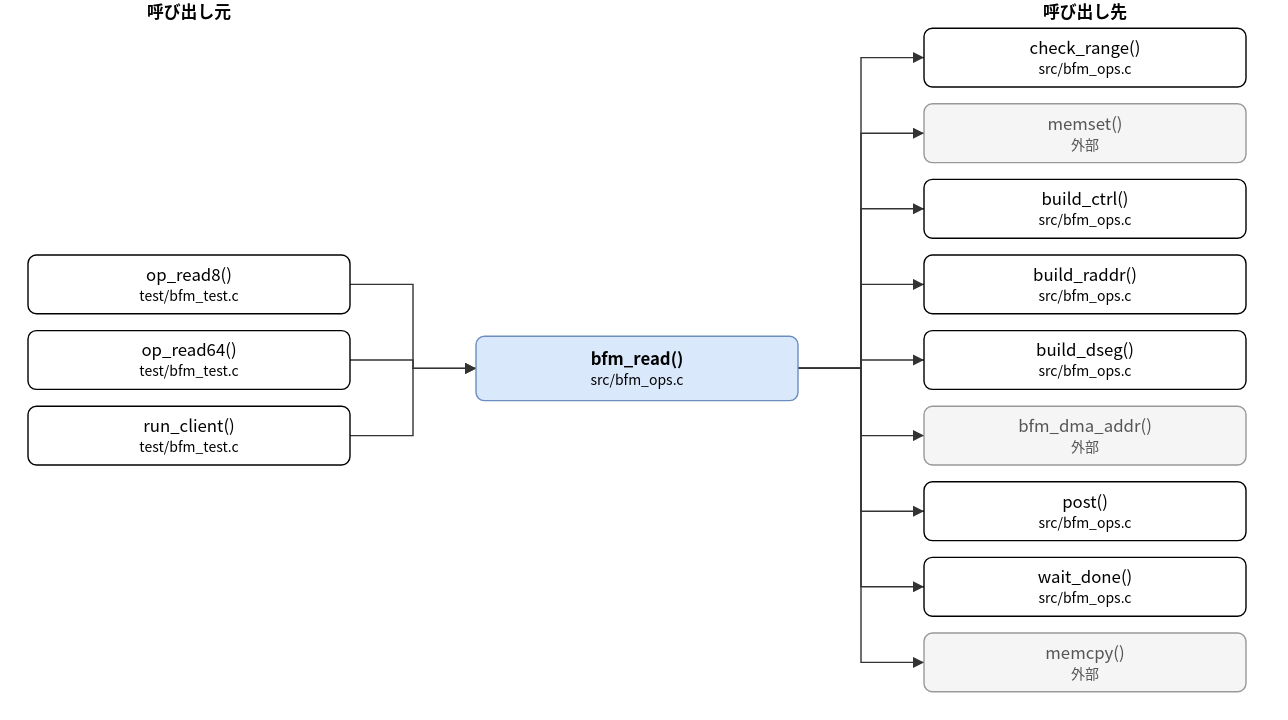
Before: doc/spec/images/call_src_bfm_ops-bfm_read.drawio.svg, a diagram exported from draw.io (hf355051012-ai/bfmem). Source tidied: cells renumbered, new cells last; positions are measured from the earlier drawing's top-left corner, leaving out a move shared by most shapes.
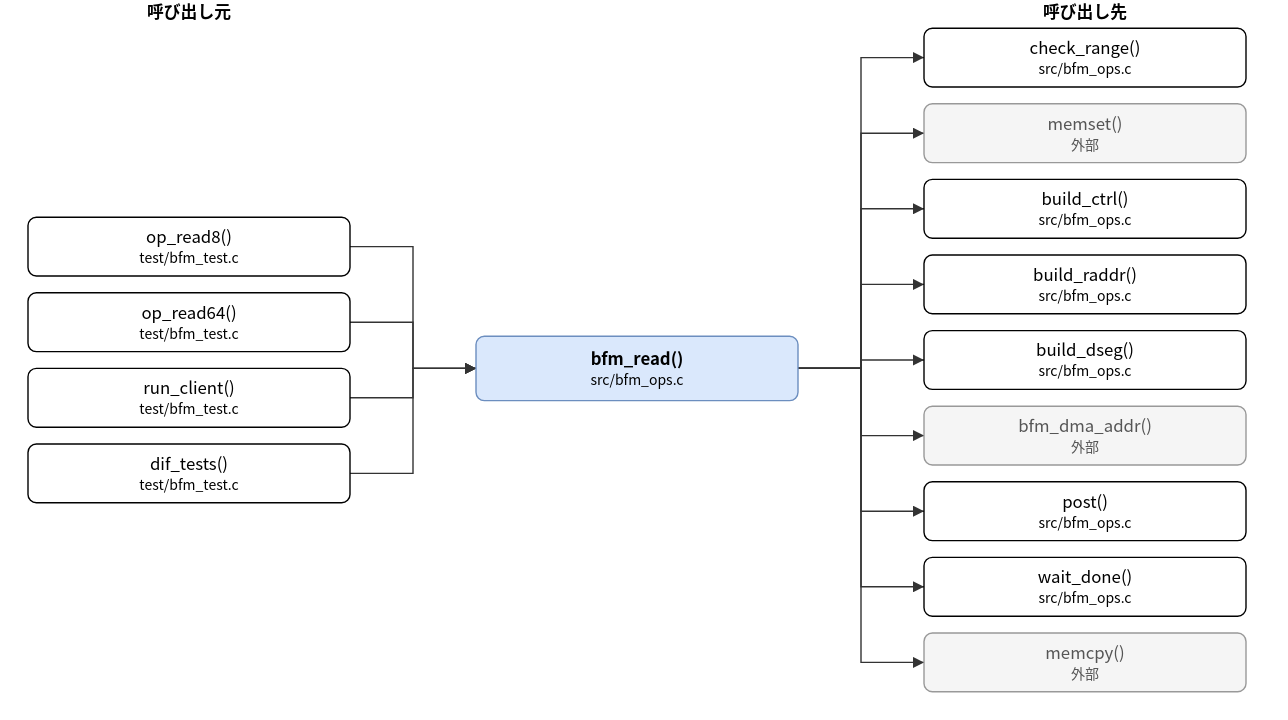
The same diagram one commit later.

What changed in the source:
```diff
@@ -6,14 +6,17 @@
       <mxGeometry x="320" y="240" width="230" height="46" as="geometry" />
     </mxCell>
     <mxCell id="3" value="op_read8()&lt;br&gt;&lt;font style=&quot;font-size:10px&quot;&gt;test/bfm_test.c&lt;/font&gt;" style="rounded=1;whiteSpace=wrap;html=1;" parent="1" vertex="1">
-      <mxGeometry y="182" width="230" height="42" as="geometry" />
+      <mxGeometry y="155" width="230" height="42" as="geometry" />
     </mxCell>
     <mxCell id="4" value="op_read64()&lt;br&gt;&lt;font style=&quot;font-size:10px&quot;&gt;test/bfm_test.c&lt;/font&gt;" style="rounded=1;whiteSpace=wrap;html=1;" parent="1" vertex="1">
-      <mxGeometry y="236" width="230" height="42" as="geometry" />
+      <mxGeometry y="209" width="230" height="42" as="geometry" />
     </mxCell>
     <mxCell id="5" value="run_client()&lt;br&gt;&lt;font style=&quot;font-size:10px&quot;&gt;test/bfm_test.c&lt;/font&gt;" style="rounded=1;whiteSpace=wrap;html=1;" parent="1" vertex="1">
-      <mxGeometry y="290" width="230" height="42" as="geometry" />
+      <mxGeometry y="263" width="230" height="42" as="geometry" />
     </mxCell>
+    <mxCell id="29" value="dif_tests()&lt;br&gt;&lt;font style=&quot;font-size:10px&quot;&gt;test/bfm_test.c&lt;/font&gt;" style="rounded=1;whiteSpace=wrap;html=1;" parent="1" vertex="1">
+      <mxGeometry y="317" width="230" height="42" as="geometry" />
+    </mxCell>
     <mxCell id="6" value="check_range()&lt;br&gt;&lt;font style=&quot;font-size:10px&quot;&gt;src/bfm_ops.c&lt;/font&gt;" style="rounded=1;whiteSpace=wrap;html=1;" parent="1" vertex="1">
       <mxGeometry x="640" y="20" width="230" height="42" as="geometry" />
     </mxCell>
@@ -44,7 +47,7 @@
     <mxCell id="15" style="edgeStyle=none;html=1;rounded=0;endArrow=block;endFill=1;exitX=1.0000;exitY=0.5000;exitDx=0;exitDy=0;exitPerimeter=0;entryX=0.0000;entryY=0.5000;entryDx=0;entryDy=0;entryPerimeter=0;" parent="1" edge="1" source="3" target="2">
       <mxGeometry relative="1" as="geometry">
         <Array as="points">
-          <mxPoint x="275" y="203" />
+          <mxPoint x="275" y="176" />
           <mxPoint x="275" y="263" />
         </Array>
       </mxGeometry>
@@ -52,7 +55,7 @@
     <mxCell id="16" style="edgeStyle=none;html=1;rounded=0;endArrow=block;endFill=1;exitX=1.0000;exitY=0.5000;exitDx=0;exitDy=0;exitPerimeter=0;entryX=0.0000;entryY=0.5000;entryDx=0;entryDy=0;entryPerimeter=0;" parent="1" edge="1" source="4" target="2">
       <mxGeometry relative="1" as="geometry">
         <Array as="points">
-          <mxPoint x="275" y="257" />
+          <mxPoint x="275" y="230" />
           <mxPoint x="275" y="263" />
         </Array>
       </mxGeometry>
@@ -60,83 +63,91 @@
     <mxCell id="17" style="edgeStyle=none;html=1;rounded=0;endArrow=block;endFill=1;exitX=1.0000;exitY=0.5000;exitDx=0;exitDy=0;exitPerimeter=0;entryX=0.0000;entryY=0.5000;entryDx=0;entryDy=0;entryPerimeter=0;" parent="1" edge="1" source="5" target="2">
       <mxGeometry relative="1" as="geometry">
         <Array as="points">
-          <mxPoint x="275" y="311" />
+          <mxPoint x="275" y="284" />
           <mxPoint x="275" y="263" />
         </Array>
       </mxGeometry>
     </mxCell>
-    <mxCell id="18" style="edgeStyle=none;html=1;rounded=0;endArrow=block;endFill=1;exitX=1.0000;exitY=0.5000;exitDx=0;exitDy=0;exitPerimeter=0;entryX=0.0000;entryY=0.5000;entryDx=0;entryDy=0;entryPerimeter=0;" parent="1" edge="1" source="2" target="6">
+    <mxCell id="18" style="edgeStyle=none;html=1;rounded=0;endArrow=block;endFill=1;exitX=1.0000;exitY=0.5000;exitDx=0;exitDy=0;exitPerimeter=0;entryX=0.0000;entryY=0.5000;entryDx=0;entryDy=0;entryPerimeter=0;" parent="1" edge="1" source="29" target="2">
       <mxGeometry relative="1" as="geometry">
         <Array as="points">
-          <mxPoint x="595" y="263" />
-          <mxPoint x="595" y="41" />
+          <mxPoint x="275" y="338" />
+          <mxPoint x="275" y="263" />
         </Array>
       </mxGeometry>
     </mxCell>
-    <mxCell id="19" style="edgeStyle=none;html=1;rounded=0;endArrow=block;endFill=1;exitX=1.0000;exitY=0.5000;exitDx=0;exitDy=0;exitPerimeter=0;entryX=0.0000;entryY=0.5000;entryDx=0;entryDy=0;entryPerimeter=0;" parent="1" edge="1" source="2" target="7">
+    <mxCell id="19" style="edgeStyle=none;html=1;rounded=0;endArrow=block;endFill=1;exitX=1.0000;exitY=0.5000;exitDx=0;exitDy=0;exitPerimeter=0;entryX=0.0000;entryY=0.5000;entryDx=0;entryDy=0;entryPerimeter=0;" parent="1" edge="1" source="2" target="6">
       <mxGeometry relative="1" as="geometry">
         <Array as="points">
           <mxPoint x="595" y="263" />
-          <mxPoint x="595" y="95" />
+          <mxPoint x="595" y="41" />
         </Array>
       </mxGeometry>
     </mxCell>
-    <mxCell id="20" style="edgeStyle=none;html=1;rounded=0;endArrow=block;endFill=1;exitX=1.0000;exitY=0.5000;exitDx=0;exitDy=0;exitPerimeter=0;entryX=0.0000;entryY=0.5000;entryDx=0;entryDy=0;entryPerimeter=0;" parent="1" edge="1" source="2" target="8">
+    <mxCell id="20" style="edgeStyle=none;html=1;rounded=0;endArrow=block;endFill=1;exitX=1.0000;exitY=0.5000;exitDx=0;exitDy=0;exitPerimeter=0;entryX=0.0000;entryY=0.5000;entryDx=0;entryDy=0;entryPerimeter=0;" parent="1" edge="1" source="2" target="7">
       <mxGeometry relative="1" as="geometry">
         <Array as="points">
           <mxPoint x="595" y="263" />
-          <mxPoint x="595" y="149" />
+          <mxPoint x="595" y="95" />
         </Array>
       </mxGeometry>
     </mxCell>
-    <mxCell id="21" style="edgeStyle=none;html=1;rounded=0;endArrow=block;endFill=1;exitX=1.0000;exitY=0.5000;exitDx=0;exitDy=0;exitPerimeter=0;entryX=0.0000;entryY=0.5000;entryDx=0;entryDy=0;entryPerimeter=0;" parent="1" edge="1" source="2" target="9">
+    <mxCell id="21" style="edgeStyle=none;html=1;rounded=0;endArrow=block;endFill=1;exitX=1.0000;exitY=0.5000;exitDx=0;exitDy=0;exitPerimeter=0;entryX=0.0000;entryY=0.5000;entryDx=0;entryDy=0;entryPerimeter=0;" parent="1" edge="1" source="2" target="8">
       <mxGeometry relative="1" as="geometry">
         <Array as="points">
           <mxPoint x="595" y="263" />
-          <mxPoint x="595" y="203" />
+          <mxPoint x="595" y="149" />
         </Array>
       </mxGeometry>
     </mxCell>
-    <mxCell id="22" style="edgeStyle=none;html=1;rounded=0;endArrow=block;endFill=1;exitX=1.0000;exitY=0.5000;exitDx=0;exitDy=0;exitPerimeter=0;entryX=0.0000;entryY=0.5000;entryDx=0;entryDy=0;entryPerimeter=0;" parent="1" edge="1" source="2" target="10">
+    <mxCell id="22" style="edgeStyle=none;html=1;rounded=0;endArrow=block;endFill=1;exitX=1.0000;exitY=0.5000;exitDx=0;exitDy=0;exitPerimeter=0;entryX=0.0000;entryY=0.5000;entryDx=0;entryDy=0;entryPerimeter=0;" parent="1" edge="1" source="2" target="9">
       <mxGeometry relative="1" as="geometry">
         <Array as="points">
           <mxPoint x="595" y="263" />
-          <mxPoint x="595" y="257" />
+          <mxPoint x="595" y="203" />
         </Array>
       </mxGeometry>
     </mxCell>
-    <mxCell id="23" style="edgeStyle=none;html=1;rounded=0;endArrow=block;endFill=1;exitX=1.0000;exitY=0.5000;exitDx=0;exitDy=0;exitPerimeter=0;entryX=0.0000;entryY=0.5000;entryDx=0;entryDy=0;entryPerimeter=0;" parent="1" edge="1" source="2" target="11">
+    <mxCell id="23" style="edgeStyle=none;html=1;rounded=0;endArrow=block;endFill=1;exitX=1.0000;exitY=0.5000;exitDx=0;exitDy=0;exitPerimeter=0;entryX=0.0000;entryY=0.5000;entryDx=0;entryDy=0;entryPerimeter=0;" parent="1" edge="1" source="2" target="10">
       <mxGeometry relative="1" as="geometry">
         <Array as="points">
           <mxPoint x="595" y="263" />
-          <mxPoint x="595" y="311" />
+          <mxPoint x="595" y="257" />
         </Array>
       </mxGeometry>
     </mxCell>
-    <mxCell id="24" style="edgeStyle=none;html=1;rounded=0;endArrow=block;endFill=1;exitX=1.0000;exitY=0.5000;exitDx=0;exitDy=0;exitPerimeter=0;entryX=0.0000;entryY=0.5000;entryDx=0;entryDy=0;entryPerimeter=0;" parent="1" edge="1" source="2" target="12">
+    <mxCell id="24" style="edgeStyle=none;html=1;rounded=0;endArrow=block;endFill=1;exitX=1.0000;exitY=0.5000;exitDx=0;exitDy=0;exitPerimeter=0;entryX=0.0000;entryY=0.5000;entryDx=0;entryDy=0;entryPerimeter=0;" parent="1" edge="1" source="2" target="11">
       <mxGeometry relative="1" as="geometry">
         <Array as="points">
           <mxPoint x="595" y="263" />
-          <mxPoint x="595" y="365" />
+          <mxPoint x="595" y="311" />
         </Array>
       </mxGeometry>
     </mxCell>
-    <mxCell id="25" style="edgeStyle=none;html=1;rounded=0;endArrow=block;endFill=1;exitX=1.0000;exitY=0.5000;exitDx=0;exitDy=0;exitPerimeter=0;entryX=0.0000;entryY=0.5000;entryDx=0;entryDy=0;entryPerimeter=0;" parent="1" edge="1" source="2" target="13">
+    <mxCell id="25" style="edgeStyle=none;html=1;rounded=0;endArrow=block;endFill=1;exitX=1.0000;exitY=0.5000;exitDx=0;exitDy=0;exitPerimeter=0;entryX=0.0000;entryY=0.5000;entryDx=0;entryDy=0;entryPerimeter=0;" parent="1" edge="1" source="2" target="12">
       <mxGeometry relative="1" as="geometry">
         <Array as="points">
           <mxPoint x="595" y="263" />
-          <mxPoint x="595" y="419" />
+          <mxPoint x="595" y="365" />
         </Array>
       </mxGeometry>
     </mxCell>
-    <mxCell id="26" style="edgeStyle=none;html=1;rounded=0;endArrow=block;endFill=1;exitX=1.0000;exitY=0.5000;exitDx=0;exitDy=0;exitPerimeter=0;entryX=0.0000;entryY=0.5000;entryDx=0;entryDy=0;entryPerimeter=0;" parent="1" edge="1" source="2" target="14">
+    <mxCell id="26" style="edgeStyle=none;html=1;rounded=0;endArrow=block;endFill=1;exitX=1.0000;exitY=0.5000;exitDx=0;exitDy=0;exitPerimeter=0;entryX=0.0000;entryY=0.5000;entryDx=0;entryDy=0;entryPerimeter=0;" parent="1" edge="1" source="2" target="13">
       <mxGeometry relative="1" as="geometry">
         <Array as="points">
           <mxPoint x="595" y="263" />
-          <mxPoint x="595" y="473" />
+          <mxPoint x="595" y="419" />
         </Array>
       </mxGeometry>
     </mxCell>
+    <mxCell id="30" style="edgeStyle=none;html=1;rounded=0;endArrow=block;endFill=1;exitX=1.0000;exitY=0.5000;exitDx=0;exitDy=0;exitPerimeter=0;entryX=0.0000;entryY=0.5000;entryDx=0;entryDy=0;entryPerimeter=0;" parent="1" edge="1" source="2" target="14">
+      <mxGeometry relative="1" as="geometry">
+        <Array as="points">
+          <mxPoint x="595" y="263" />
+          <mxPoint x="595" y="473" />
+        </Array>
+      </mxGeometry>
+    </mxCell>
     <mxCell id="27" value="呼び出し元" style="text;html=1;align=center;fontStyle=1;" parent="1" vertex="1">
       <mxGeometry x="35" width="160" height="18" as="geometry" />
     </mxCell>
```
